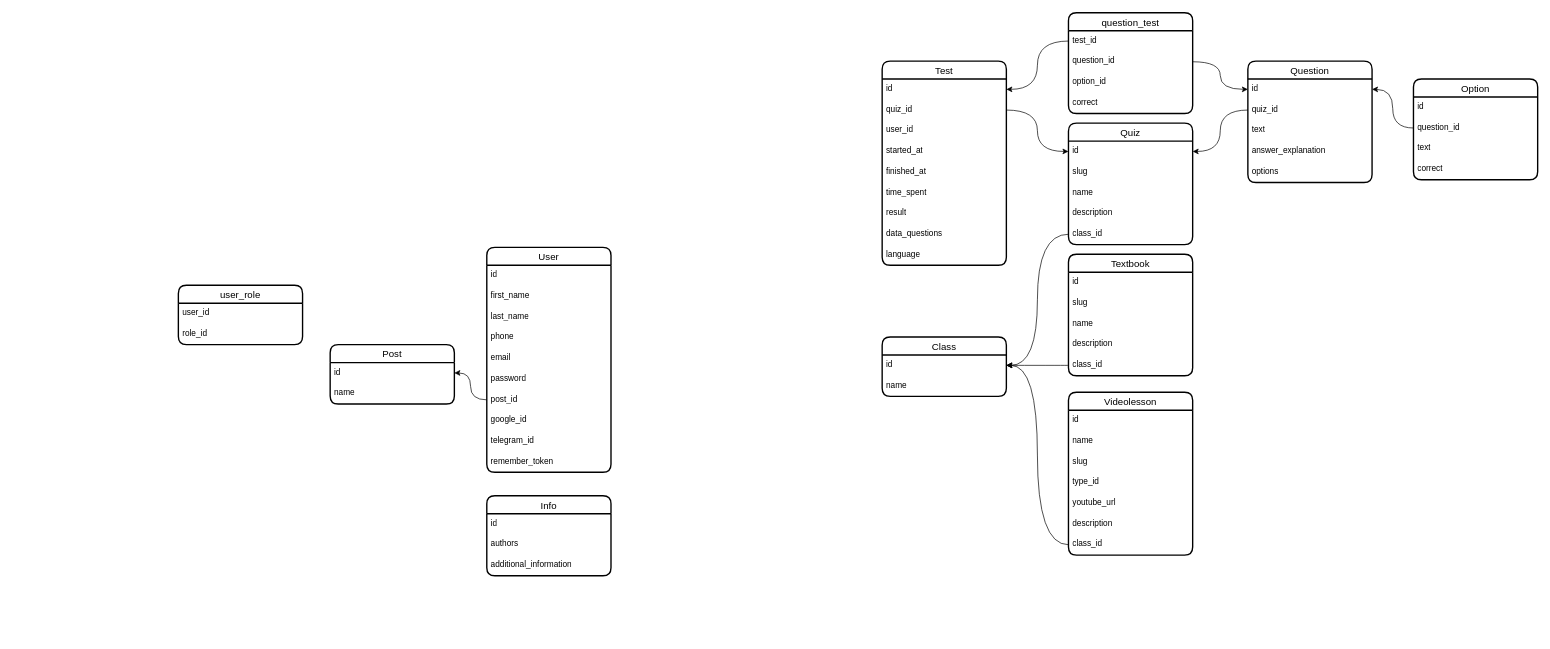
This is karsoft-learn-platform.drawio from iztileuoff/databases, a draw.io file, before an edit. Source tidied: cells renumbered, new cells numbered last; positions are measured from the earlier drawing's top-left corner, leaving out a move shared by most shapes. Both pictures are drawn from the tidied source at 69%, with x=0, y=0 at pixel (178, 12).
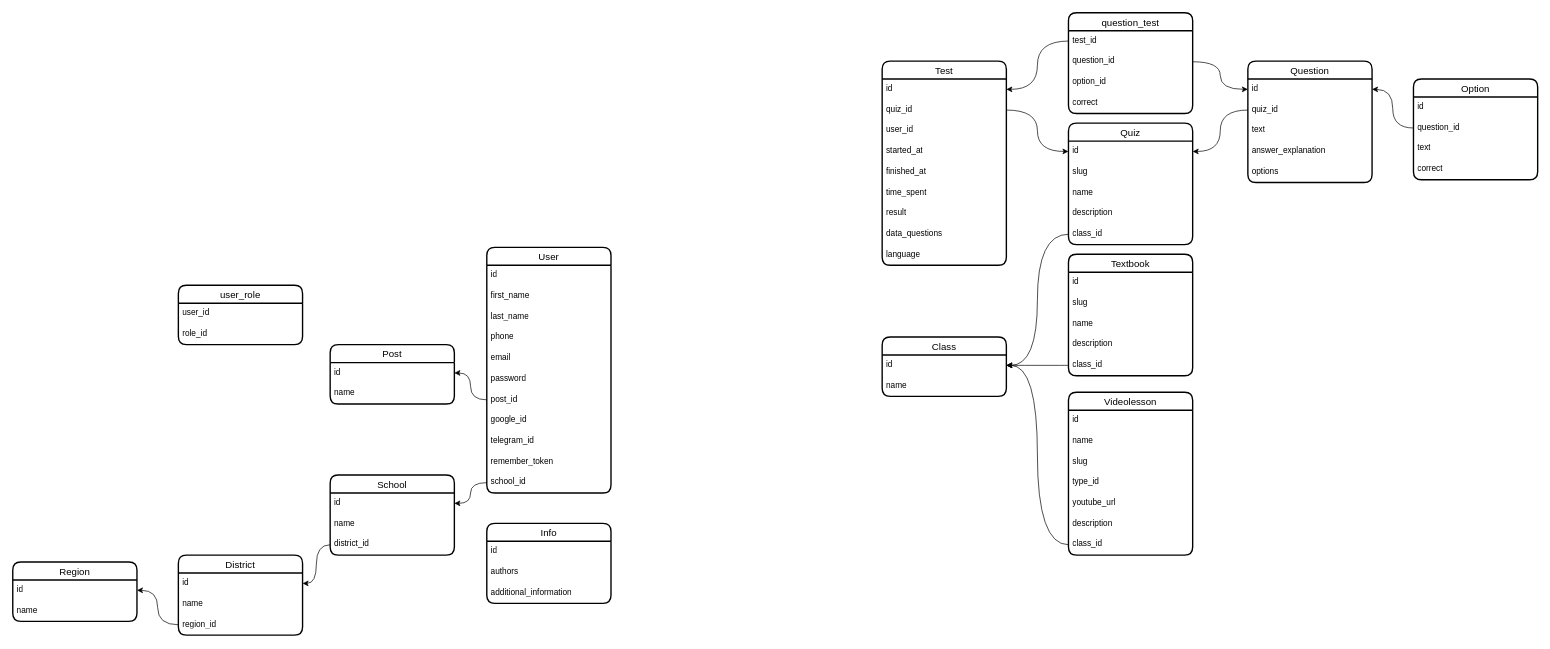
The same page after the edit.

Change to the diagram source:
```diff
@@
     <mxCell id="2" value="User" style="swimlane;fontStyle=0;horizontal=1;startSize=26;align=center;fontSize=14;strokeWidth=2;rounded=1;shadow=0;glass=0;swimlaneLine=1;labelBackgroundColor=none;labelBorderColor=none;textShadow=0;" parent="1" vertex="1">
-      <mxGeometry x="447" y="340" width="180" height="326" as="geometry" />
+      <mxGeometry x="447" y="340" width="180" height="356" as="geometry" />
     </mxCell>
@@
+    <mxCell id="81" value="school_id" style="text;strokeColor=none;fillColor=none;spacingLeft=4;spacingRight=4;overflow=hidden;points=[[0,0.5],[1,0.5]];portConstraint=eastwest;fontSize=12;whiteSpace=wrap;html=1;" parent="2" vertex="1">
+      <mxGeometry y="326" width="180" height="30" as="geometry" />
+    </mxCell>
@@
     <mxCell id="70" value="Info" style="swimlane;fontStyle=0;horizontal=1;startSize=26;align=center;fontSize=14;strokeWidth=2;rounded=1;shadow=0;glass=0;swimlaneLine=1;labelBackgroundColor=none;labelBorderColor=none;textShadow=0;" parent="1" vertex="1">
-      <mxGeometry x="447" y="700" width="180" height="116" as="geometry" />
+      <mxGeometry x="447" y="740" width="180" height="116" as="geometry" />
     </mxCell>
@@
+    <mxCell id="82" value="Region" style="swimlane;fontStyle=0;horizontal=1;startSize=26;align=center;fontSize=14;strokeWidth=2;rounded=1;shadow=0;glass=0;swimlaneLine=1;labelBackgroundColor=none;labelBorderColor=none;textShadow=0;" parent="1" vertex="1">
+      <mxGeometry x="-240" y="796" width="180" height="86" as="geometry" />
+    </mxCell>
+    <mxCell id="83" value="id" style="text;strokeColor=none;fillColor=none;spacingLeft=4;spacingRight=4;overflow=hidden;points=[[0,0.5],[1,0.5]];portConstraint=eastwest;fontSize=12;whiteSpace=wrap;html=1;" parent="82" vertex="1">
+      <mxGeometry y="26" width="180" height="30" as="geometry" />
+    </mxCell>
+    <mxCell id="84" value="name" style="text;strokeColor=none;fillColor=none;spacingLeft=4;spacingRight=4;overflow=hidden;fontSize=12;whiteSpace=wrap;html=1;" parent="82" vertex="1">
+      <mxGeometry y="56" width="180" height="30" as="geometry" />
+    </mxCell>
+    <mxCell id="85" value="District" style="swimlane;fontStyle=0;horizontal=1;startSize=26;align=center;fontSize=14;strokeWidth=2;rounded=1;shadow=0;glass=0;swimlaneLine=1;labelBackgroundColor=none;labelBorderColor=none;textShadow=0;" parent="1" vertex="1">
+      <mxGeometry y="786" width="180" height="116" as="geometry" />
+    </mxCell>
+    <mxCell id="86" value="id" style="text;strokeColor=none;fillColor=none;spacingLeft=4;spacingRight=4;overflow=hidden;points=[[0,0.5],[1,0.5]];portConstraint=eastwest;fontSize=12;whiteSpace=wrap;html=1;" parent="85" vertex="1">
+      <mxGeometry y="26" width="180" height="30" as="geometry" />
+    </mxCell>
+    <mxCell id="87" value="name" style="text;strokeColor=none;fillColor=none;spacingLeft=4;spacingRight=4;overflow=hidden;fontSize=12;whiteSpace=wrap;html=1;" parent="85" vertex="1">
+      <mxGeometry y="56" width="180" height="30" as="geometry" />
+    </mxCell>
+    <mxCell id="88" value="region_id" style="text;strokeColor=none;fillColor=none;spacingLeft=4;spacingRight=4;overflow=hidden;points=[[0,0.5],[1,0.5]];portConstraint=eastwest;fontSize=12;whiteSpace=wrap;html=1;" parent="85" vertex="1">
+      <mxGeometry y="86" width="180" height="30" as="geometry" />
+    </mxCell>
+    <mxCell id="89" style="edgeStyle=orthogonalEdgeStyle;rounded=0;jettySize=auto;html=1;entryX=1;entryY=0.5;entryDx=0;entryDy=0;curved=1;" parent="1" edge="1" source="88" target="83">
+      <mxGeometry relative="1" as="geometry" />
+    </mxCell>
+    <mxCell id="90" value="School" style="swimlane;fontStyle=0;horizontal=1;startSize=26;align=center;fontSize=14;strokeWidth=2;rounded=1;shadow=0;glass=0;swimlaneLine=1;labelBackgroundColor=none;labelBorderColor=none;textShadow=0;" parent="1" vertex="1">
+      <mxGeometry x="220" y="670" width="180" height="116" as="geometry" />
+    </mxCell>
+    <mxCell id="91" value="id" style="text;strokeColor=none;fillColor=none;spacingLeft=4;spacingRight=4;overflow=hidden;points=[[0,0.5],[1,0.5]];portConstraint=eastwest;fontSize=12;whiteSpace=wrap;html=1;" parent="90" vertex="1">
+      <mxGeometry y="26" width="180" height="30" as="geometry" />
+    </mxCell>
+    <mxCell id="92" value="name" style="text;strokeColor=none;fillColor=none;spacingLeft=4;spacingRight=4;overflow=hidden;fontSize=12;whiteSpace=wrap;html=1;" parent="90" vertex="1">
+      <mxGeometry y="56" width="180" height="30" as="geometry" />
+    </mxCell>
+    <mxCell id="93" value="district_id" style="text;strokeColor=none;fillColor=none;spacingLeft=4;spacingRight=4;overflow=hidden;points=[[0,0.5],[1,0.5]];portConstraint=eastwest;fontSize=12;whiteSpace=wrap;html=1;" parent="90" vertex="1">
+      <mxGeometry y="86" width="180" height="30" as="geometry" />
+    </mxCell>
+    <mxCell id="94" style="edgeStyle=orthogonalEdgeStyle;rounded=0;jettySize=auto;html=1;entryX=1;entryY=0.5;entryDx=0;entryDy=0;curved=1;" parent="1" edge="1" source="93" target="86">
+      <mxGeometry relative="1" as="geometry" />
+    </mxCell>
+    <mxCell id="95" style="edgeStyle=orthogonalEdgeStyle;rounded=0;jettySize=auto;html=1;entryX=1;entryY=0.5;entryDx=0;entryDy=0;curved=1;" parent="1" edge="1" source="81" target="91">
+      <mxGeometry relative="1" as="geometry" />
+    </mxCell>
```
